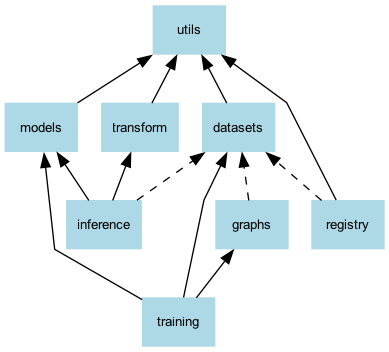
This is docs/_static/dependencies.png from ecmwf/anemoi-docs, a Graphviz export, as it was before one commit. Its source is kept beside it as docs/schemas/dependencies.dot. Source of this version:
```dot
digraph {

    rankdir=BT;
    splines="polyline";

    node [shape=record, fontname=Arial, fontsize=10,
        style=filled, color=lightblue];
    edge [fontname=Arial, fontsize=10];

    datasets [URL="https://anemoi-datasets.readthedocs.io/en/latest/", target="_blank"];
    graphs [URL="https://anemoi-graphs.readthedocs.io/en/latest/", target="_blank"];
    inference [URL="https://anemoi-inference.readthedocs.io/en/latest/", target="_blank"];
    models [URL="https://anemoi-models.readthedocs.io/en/latest/", target="_blank"];
    registry [URL="https://anemoi-registry.readthedocs.io/en/latest/", target="_blank"];
    training [URL="https://anemoi-training.readthedocs.io/en/latest/", target="_blank"];
    transform [URL="https://anemoi-transform.readthedocs.io/en/latest/", target="_blank"];
    utils [URL="https://anemoi-utils.readthedocs.io/en/latest/", target="_blank"];


    datasets -> utils;
    graphs -> datasets [style=dashed];
    inference -> datasets [style=dashed];
    inference -> models;
    inference -> transform;
    models -> utils;
    registry -> datasets [style=dashed];
    registry -> utils;
    training -> datasets;
    training -> graphs;
    transform -> utils;
    training -> models;

}
```
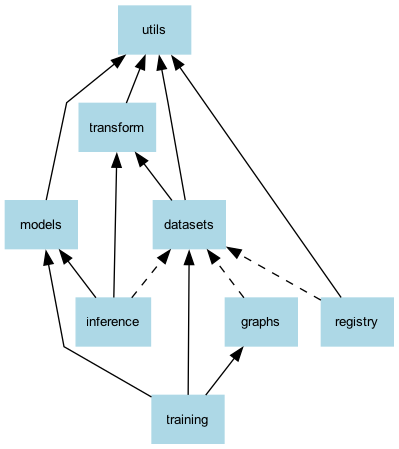
After the commit.

Change to the diagram source:
```diff
@@ -23,6 +23,7 @@
     inference -> models;
     inference -> transform;
     models -> utils;
+    datasets -> transform;
     registry -> datasets [style=dashed];
     registry -> utils;
     training -> datasets;
```
